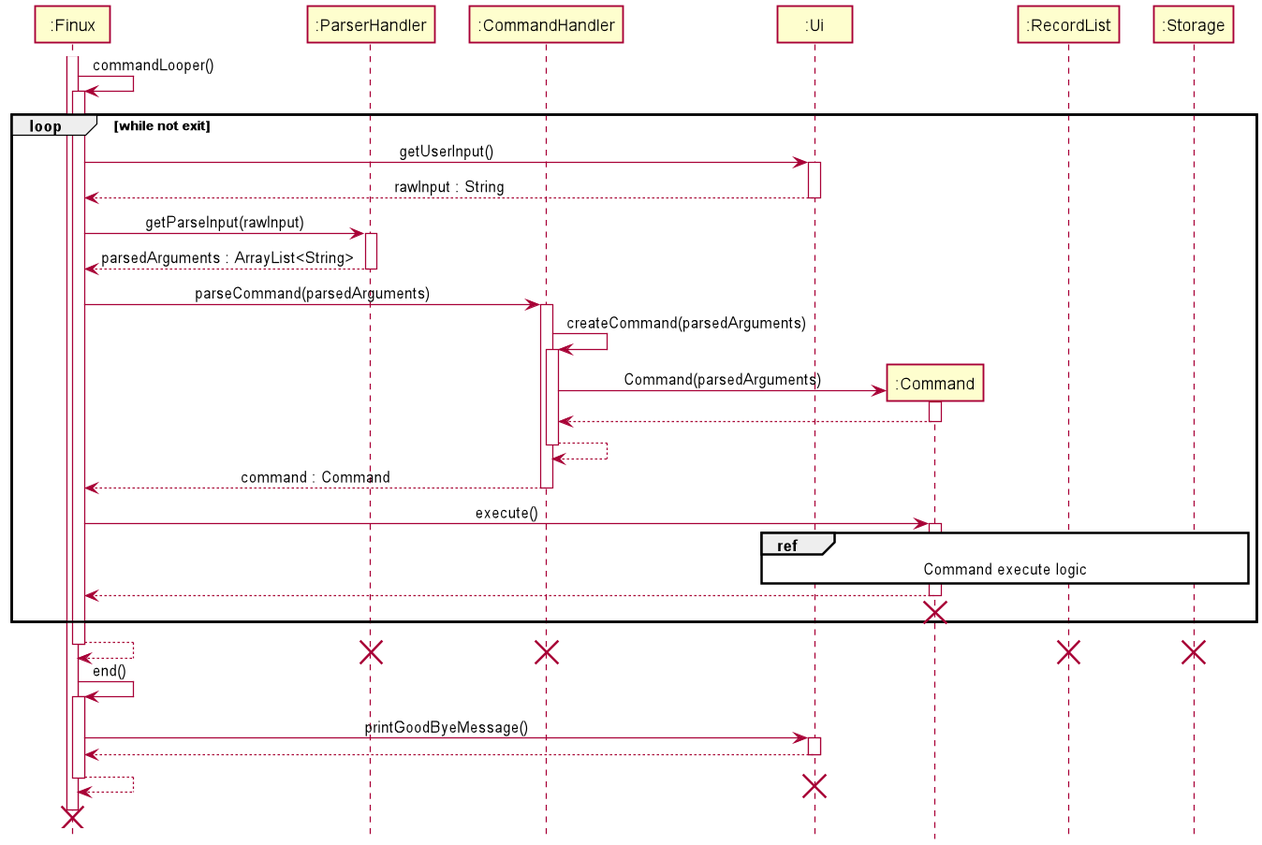
The PlantUML diagram docs/img/CommandLooperSequenceDiagram.png in nus-cs2113-AY2021S2/tp, before a commit.
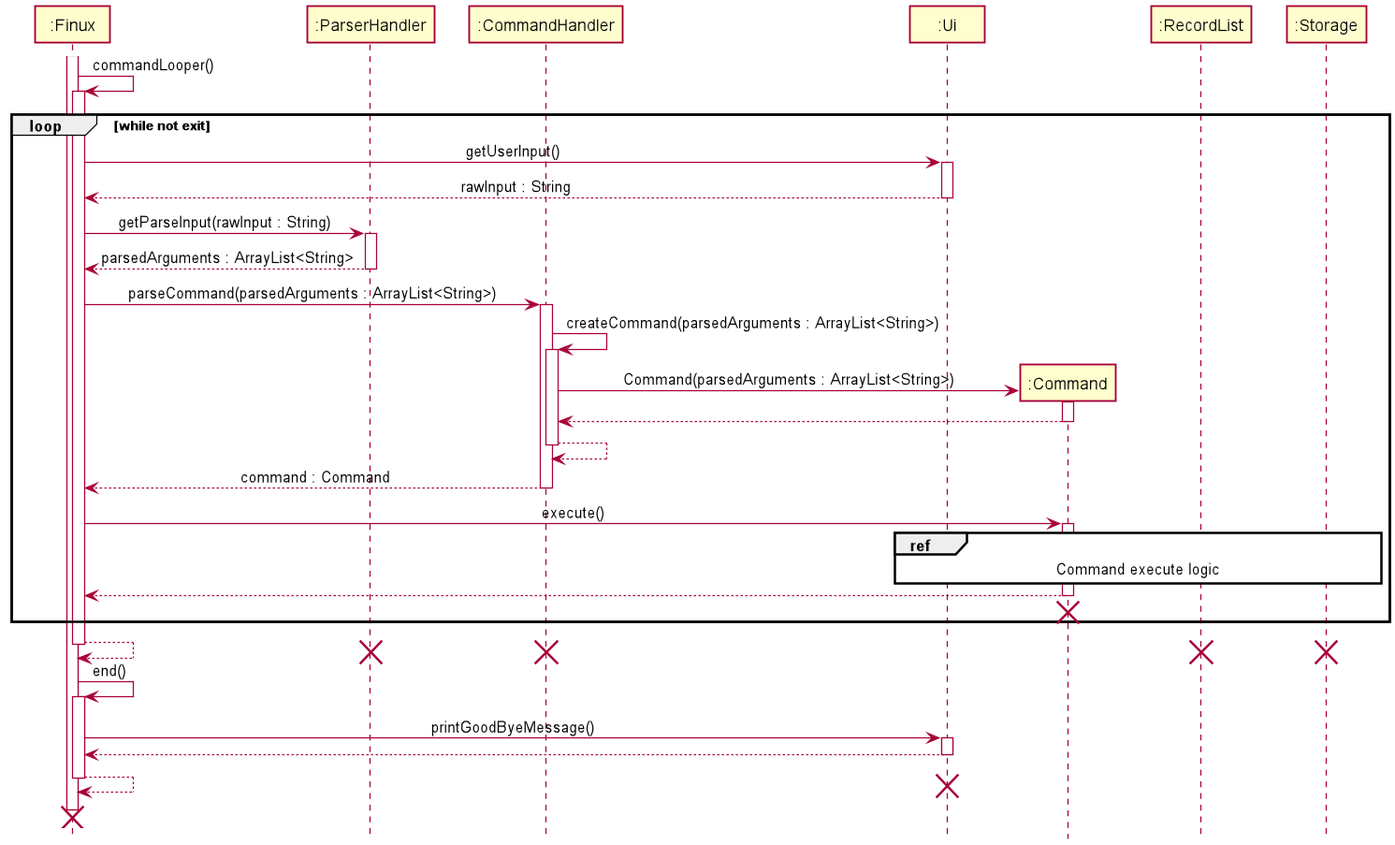
The same file after the commit.

Commit message:
Add edits to the sequence diagrams

Diff of the diagram source:
```diff
@@ -20,17 +20,17 @@
     UI --> Finux : rawInput : String
     deactivate UI
 
-    Finux -> ParserHandler : getParseInput(rawInput)
+    Finux -> ParserHandler : getParseInput(rawInput : String)
     activate ParserHandler
     ParserHandler --> Finux : parsedArguments : ArrayList<String>
     deactivate ParserHandler
 
-    Finux -> CommandHandler : parseCommand(parsedArguments)
+    Finux -> CommandHandler : parseCommand(parsedArguments : ArrayList<String>)
     activate CommandHandler
-    CommandHandler -> CommandHandler :createCommand(parsedArguments)
+    CommandHandler -> CommandHandler :createCommand(parsedArguments : ArrayList<String>)
     activate CommandHandler
     create Command
-    CommandHandler -> Command : Command(parsedArguments)
+    CommandHandler -> Command : Command(parsedArguments : ArrayList<String>)
     activate Command
     Command --> CommandHandler
     deactivate Command
```
